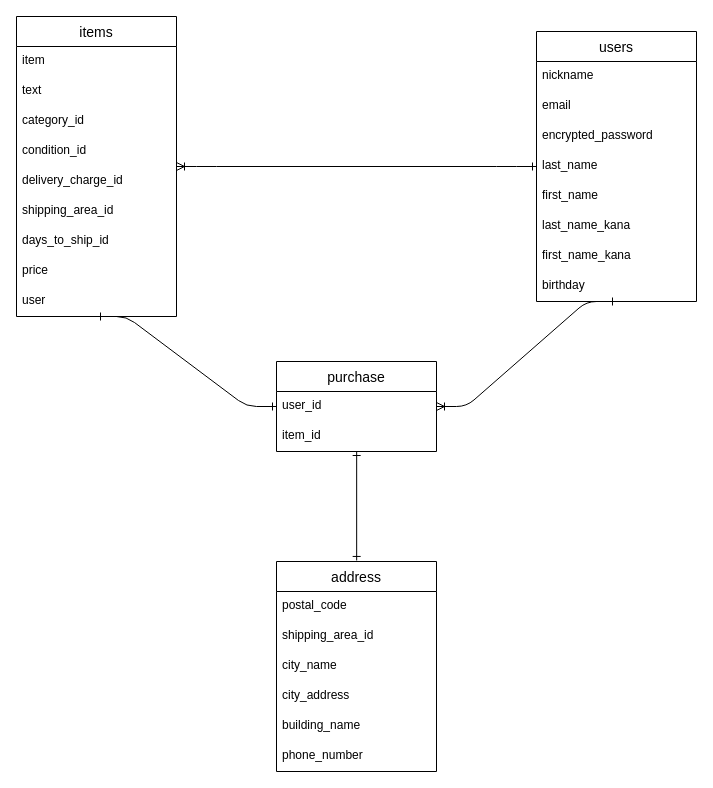
Before: DB設計_ER図.dio in cony-k-m90/furima-32879, a draw.io diagram. Source tidied: cells renumbered, new cells numbered last; positions are measured from the earlier drawing's top-left corner, leaving out a move shared by most shapes. Both pictures are drawn from the tidied source at 100%, with x=0, y=0 at pixel (16, 16).
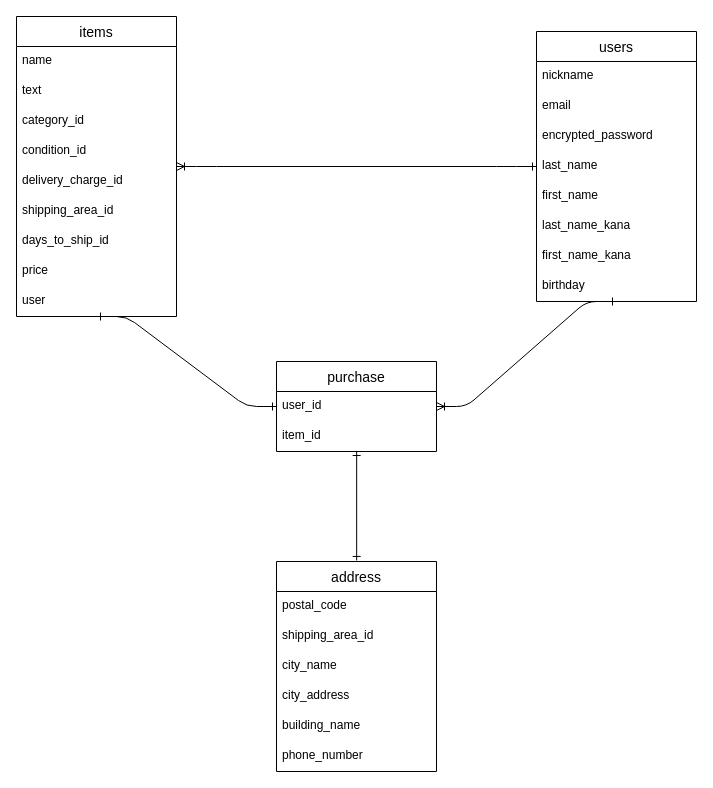
The same page after the edit.

Commit message (it also covers changes not shown here):
プルリクエストのレビュー後修正_3

Unchanged cells that the change refers to:
```xml
<mxCell id="11" value="items" style="swimlane;fontStyle=0;horizontal=1;startSize=30;align=center;fontSize=14;" parent="1" vertex="1">
  <mxGeometry width="160" height="300" as="geometry" />
</mxCell>
```

Change to the diagram source:
```diff
@@
-    <mxCell id="12" value="item" style="text;strokeColor=none;fillColor=none;spacingLeft=4;spacingRight=4;overflow=hidden;fontSize=12;" parent="11" vertex="1">
+    <mxCell id="12" value="name" style="text;strokeColor=none;fillColor=none;spacingLeft=4;spacingRight=4;overflow=hidden;fontSize=12;" parent="11" vertex="1">
       <mxGeometry y="30" width="160" height="30" as="geometry" />
     </mxCell>
```
